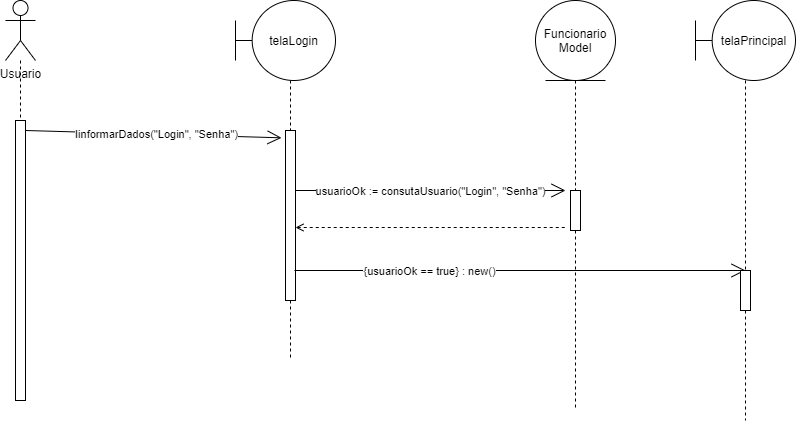
The draw.io diagram imagens sequencia/diagramaDeSequenciaLogin.png in matgregorio/trabalho-modelagem-de-software, before a commit. Source tidied: cells renumbered, new cells last; positions are measured from the earlier drawing's top-left corner, leaving out a move shared by most shapes.
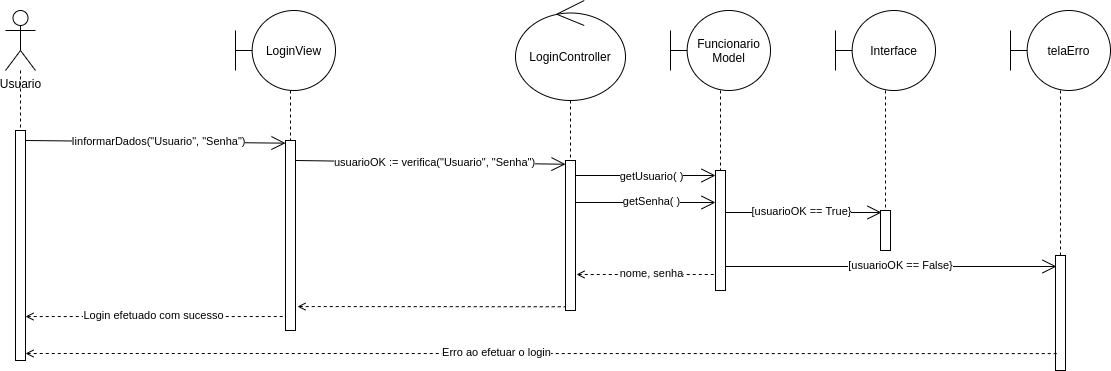
After the change.

Commit message:
modificação no diagrama do login

What changed in the source:
```diff
@@ -9,93 +9,152 @@
       <mxGeometry width="30" height="60" as="geometry" />
     </mxCell>
     <mxCell id="4" style="html=1;points=[];perimeter=orthogonalPerimeter;" parent="1" vertex="1">
-      <mxGeometry x="10" y="120" width="10" height="280" as="geometry" />
+      <mxGeometry x="10" y="120" width="10" height="230" as="geometry" />
     </mxCell>
-    <mxCell id="5" style="edgeStyle=orthogonalEdgeStyle;rounded=0;jettySize=auto;html=1;dashed=1;startArrow=none;startFill=0;endArrow=none;endFill=0;" parent="1" edge="1" source="6">
-      <mxGeometry relative="1" as="geometry">
-        <mxPoint x="285" y="360" as="targetPoint" />
-      </mxGeometry>
-    </mxCell>
     <mxCell id="6" style="html=1;points=[];perimeter=orthogonalPerimeter;" parent="1" vertex="1">
-      <mxGeometry x="280" y="130" width="10" height="170" as="geometry" />
+      <mxGeometry x="280" y="130" width="10" height="190" as="geometry" />
     </mxCell>
-    <mxCell id="7" style="endArrow=open;endFill=1;endSize=12;html=1;entryX=-0.4;entryY=0.043;entryDx=0;entryDy=0;entryPerimeter=0;" parent="1" edge="1" target="6">
+    <mxCell id="7" style="endArrow=open;endFill=1;endSize=12;html=1;entryX=0;entryY=0.014;entryDx=0;entryDy=0;entryPerimeter=0;" parent="1" edge="1" target="6">
       <mxGeometry relative="1" as="geometry">
         <mxPoint x="20" y="130" as="sourcePoint" />
       </mxGeometry>
     </mxCell>
-    <mxCell id="8" value="IinformarDados(&quot;Login&quot;, &quot;Senha&quot;)" style="edgeLabel;html=1;align=center;verticalAlign=middle;" parent="7" vertex="1">
+    <mxCell id="8" value="IinformarDados(&quot;Usuario&quot;, &quot;Senha&quot;)" style="edgeLabel;html=1;align=center;verticalAlign=middle;" parent="7" vertex="1">
       <mxGeometry x="0.14" y="3" relative="1" as="geometry">
         <mxPoint x="-16" y="2" as="offset" />
       </mxGeometry>
     </mxCell>
-    <mxCell id="9" style="edgeStyle=orthogonalEdgeStyle;rounded=0;jettySize=auto;html=1;dashed=1;startArrow=none;startFill=0;endArrow=none;endFill=0;" parent="1" edge="1" source="22" target="12">
-      <mxGeometry relative="1" as="geometry" />
-    </mxCell>
     <mxCell id="10" style="edgeStyle=orthogonalEdgeStyle;rounded=0;jettySize=auto;html=1;dashed=1;startArrow=none;startFill=0;endArrow=none;endFill=0;" parent="1" edge="1" target="6">
       <mxGeometry relative="1" as="geometry">
         <mxPoint x="285" y="80" as="sourcePoint" />
       </mxGeometry>
     </mxCell>
-    <mxCell id="11" style="edgeStyle=orthogonalEdgeStyle;rounded=0;jettySize=auto;html=1;startArrow=none;startFill=0;endArrow=none;endFill=0;dashed=1;" parent="1" edge="1" source="12">
-      <mxGeometry relative="1" as="geometry">
-        <mxPoint x="570" y="410" as="targetPoint" />
-        <Array as="points">
-          <mxPoint x="570" y="410" />
-        </Array>
-      </mxGeometry>
-    </mxCell>
-    <mxCell id="12" style="html=1;points=[];perimeter=orthogonalPerimeter;" parent="1" vertex="1">
-      <mxGeometry x="565" y="190" width="10" height="40" as="geometry" />
-    </mxCell>
-    <mxCell id="13" style="endArrow=open;endFill=1;endSize=12;html=1;" parent="1" edge="1">
-      <mxGeometry relative="1" as="geometry">
-        <mxPoint x="290" y="190" as="sourcePoint" />
-        <mxPoint x="560" y="190" as="targetPoint" />
-      </mxGeometry>
-    </mxCell>
-    <mxCell id="14" value="usuarioOk := consutaUsuario(&quot;Login&quot;, &quot;Senha&quot;)" style="edgeLabel;html=1;align=center;verticalAlign=middle;" parent="13" vertex="1">
-      <mxGeometry x="0.24" y="-1" relative="1" as="geometry">
-        <mxPoint x="-34" y="-1" as="offset" />
-      </mxGeometry>
-    </mxCell>
-    <mxCell id="15" style="endArrow=none;endFill=0;endSize=12;html=1;startArrow=open;startFill=0;entryX=-0.5;entryY=0.925;entryDx=0;entryDy=0;entryPerimeter=0;dashed=1;" parent="1" edge="1" target="12">
-      <mxGeometry relative="1" as="geometry">
-        <mxPoint x="290" y="227" as="sourcePoint" />
-      </mxGeometry>
-    </mxCell>
     <mxCell id="16" style="edgeStyle=orthogonalEdgeStyle;rounded=0;jettySize=auto;html=1;dashed=1;startArrow=none;startFill=0;endArrow=none;endFill=0;" parent="1" edge="1" source="23" target="20">
       <mxGeometry relative="1" as="geometry" />
     </mxCell>
-    <mxCell id="17" style="endArrow=open;endFill=1;endSize=12;html=1;entryX=0.5;entryY=0;entryDx=0;entryDy=0;entryPerimeter=0;" parent="1" edge="1" target="20">
-      <mxGeometry relative="1" as="geometry">
-        <mxPoint x="289" y="270" as="sourcePoint" />
-      </mxGeometry>
-    </mxCell>
-    <mxCell id="18" value="{usuarioOk == true} : new()" style="edgeLabel;html=1;align=center;verticalAlign=middle;" parent="17" vertex="1">
-      <mxGeometry x="0.17" y="-3" relative="1" as="geometry">
-        <mxPoint x="-130" y="-3" as="offset" />
-      </mxGeometry>
-    </mxCell>
-    <mxCell id="19" style="edgeStyle=orthogonalEdgeStyle;rounded=0;jettySize=auto;html=1;startArrow=none;startFill=0;endArrow=none;endFill=0;dashed=1;" parent="1" edge="1" source="20">
-      <mxGeometry relative="1" as="geometry">
-        <mxPoint x="740" y="420" as="targetPoint" />
-        <Array as="points">
-          <mxPoint x="740" y="410" />
-        </Array>
-      </mxGeometry>
-    </mxCell>
     <mxCell id="20" style="html=1;points=[];perimeter=orthogonalPerimeter;" parent="1" vertex="1">
-      <mxGeometry x="735" y="270" width="10" height="40" as="geometry" />
+      <mxGeometry x="875" y="200" width="10" height="40" as="geometry" />
     </mxCell>
-    <mxCell id="21" value="&lt;span&gt;telaLogin&lt;/span&gt;" style="shape=umlBoundary;whiteSpace=wrap;html=1;" parent="1" vertex="1">
+    <mxCell id="21" value="&lt;span&gt;LoginView&lt;/span&gt;" style="shape=umlBoundary;whiteSpace=wrap;html=1;" parent="1" vertex="1">
       <mxGeometry x="230" width="100" height="80" as="geometry" />
     </mxCell>
+    <mxCell id="23" value="&lt;span&gt;Interface&lt;/span&gt;" style="shape=umlBoundary;whiteSpace=wrap;html=1;" parent="1" vertex="1">
+      <mxGeometry x="830" width="100" height="80" as="geometry" />
+    </mxCell>
+    <mxCell id="24" style="edgeStyle=orthogonalEdgeStyle;rounded=0;jettySize=auto;html=1;dashed=1;startArrow=none;startFill=0;endArrow=none;endFill=0;" parent="1" edge="1" source="25" target="27">
+      <mxGeometry relative="1" as="geometry" />
+    </mxCell>
+    <mxCell id="25" value="LoginController" style="ellipse;shape=umlControl;whiteSpace=wrap;html=1;" parent="1" vertex="1">
+      <mxGeometry x="510" y="-10" width="110" height="100" as="geometry" />
+    </mxCell>
+    <mxCell id="26" style="edgeStyle=orthogonalEdgeStyle;rounded=0;jettySize=auto;html=1;dashed=1;startArrow=none;startFill=0;endArrow=none;endFill=0;" parent="1" edge="1" source="22" target="30">
+      <mxGeometry relative="1" as="geometry" />
+    </mxCell>
-    <mxCell id="22" value="&lt;span&gt;Funcionario&lt;br&gt;Model&lt;/span&gt;" style="ellipse;shape=umlEntity;whiteSpace=wrap;html=1;" parent="1" vertex="1">
-      <mxGeometry x="530" width="80" height="80" as="geometry" />
+    <mxCell id="22" value="Funcionario&lt;br&gt;Model" style="shape=umlBoundary;whiteSpace=wrap;html=1;" parent="1" vertex="1">
+      <mxGeometry x="665" width="100" height="80" as="geometry" />
     </mxCell>
-    <mxCell id="23" value="&lt;span&gt;telaPrincipal&lt;/span&gt;" style="shape=umlBoundary;whiteSpace=wrap;html=1;" parent="1" vertex="1">
-      <mxGeometry x="690" width="100" height="80" as="geometry" />
-    </mxCell>
+    <mxCell id="27" style="html=1;points=[];perimeter=orthogonalPerimeter;" parent="1" vertex="1">
+      <mxGeometry x="560" y="150" width="10" height="150" as="geometry" />
+    </mxCell>
+    <mxCell id="28" style="endArrow=open;endFill=1;endSize=12;html=1;entryX=0;entryY=0.025;entryDx=0;entryDy=0;entryPerimeter=0;" parent="1" edge="1" target="27">
+      <mxGeometry relative="1" as="geometry">
+        <mxPoint x="290" y="150" as="sourcePoint" />
+      </mxGeometry>
+    </mxCell>
+    <mxCell id="29" value="usuarioOK := verifica(&quot;Usuario&quot;, &quot;Senha&quot;)" style="edgeLabel;html=1;align=center;verticalAlign=middle;" parent="28" vertex="1">
+      <mxGeometry x="0.14" y="3" relative="1" as="geometry">
+        <mxPoint x="-16" y="2" as="offset" />
+      </mxGeometry>
+    </mxCell>
+    <mxCell id="30" style="html=1;points=[];perimeter=orthogonalPerimeter;" parent="1" vertex="1">
+      <mxGeometry x="710" y="160" width="10" height="120" as="geometry" />
+    </mxCell>
+    <mxCell id="31" style="endArrow=open;endFill=1;endSize=12;html=1;exitX=1;exitY=0.275;exitDx=0;exitDy=0;exitPerimeter=0;" parent="1" edge="1">
+      <mxGeometry relative="1" as="geometry">
+        <mxPoint x="570" y="165" as="sourcePoint" />
+        <mxPoint x="710" y="165" as="targetPoint" />
+      </mxGeometry>
+    </mxCell>
+    <mxCell id="32" value="getUsuario( )" style="edgeLabel;html=1;align=center;verticalAlign=middle;" parent="31" vertex="1">
+      <mxGeometry x="0.14" y="3" relative="1" as="geometry">
+        <mxPoint x="-4" y="3" as="offset" />
+      </mxGeometry>
+    </mxCell>
+    <mxCell id="33" style="endArrow=open;endFill=1;endSize=12;html=1;exitX=1;exitY=0.275;exitDx=0;exitDy=0;exitPerimeter=0;" parent="1" edge="1">
+      <mxGeometry relative="1" as="geometry">
+        <mxPoint x="570" y="192" as="sourcePoint" />
+        <mxPoint x="710" y="192" as="targetPoint" />
+      </mxGeometry>
+    </mxCell>
+    <mxCell id="34" value="getSenha( )" style="edgeLabel;html=1;align=center;verticalAlign=middle;" parent="33" vertex="1">
+      <mxGeometry x="0.14" y="3" relative="1" as="geometry">
+        <mxPoint x="-4" y="1" as="offset" />
+      </mxGeometry>
+    </mxCell>
+    <mxCell id="35" style="endArrow=open;endFill=1;endSize=12;html=1;entryX=0.1;entryY=0.05;entryDx=0;entryDy=0;entryPerimeter=0;" parent="1" edge="1" target="20">
+      <mxGeometry relative="1" as="geometry">
+        <mxPoint x="720" y="202" as="sourcePoint" />
+      </mxGeometry>
+    </mxCell>
+    <mxCell id="36" value="[usuarioOK == True}" style="edgeLabel;html=1;align=center;verticalAlign=middle;" parent="35" vertex="1">
+      <mxGeometry x="0.14" y="3" relative="1" as="geometry">
+        <mxPoint x="-14" y="1" as="offset" />
+      </mxGeometry>
+    </mxCell>
+    <mxCell id="37" style="endArrow=none;endFill=0;endSize=12;html=1;exitX=1;exitY=0.275;exitDx=0;exitDy=0;exitPerimeter=0;startArrow=open;startFill=0;dashed=1;" parent="1" edge="1">
+      <mxGeometry relative="1" as="geometry">
+        <mxPoint x="571" y="264" as="sourcePoint" />
+        <mxPoint x="711" y="264" as="targetPoint" />
+      </mxGeometry>
+    </mxCell>
+    <mxCell id="38" value="nome, senha" style="edgeLabel;html=1;align=center;verticalAlign=middle;" parent="37" vertex="1">
+      <mxGeometry x="0.14" y="3" relative="1" as="geometry">
+        <mxPoint x="-5" y="1" as="offset" />
+      </mxGeometry>
+    </mxCell>
+    <mxCell id="39" style="endArrow=none;endFill=0;endSize=12;html=1;exitX=1.2;exitY=0.874;exitDx=0;exitDy=0;exitPerimeter=0;startArrow=open;startFill=0;dashed=1;entryX=0;entryY=0.975;entryDx=0;entryDy=0;entryPerimeter=0;" parent="1" edge="1" source="6" target="27">
+      <mxGeometry relative="1" as="geometry" />
+    </mxCell>
+    <mxCell id="40" style="endArrow=none;endFill=0;endSize=12;html=1;startArrow=open;startFill=0;dashed=1;entryX=-0.2;entryY=0.913;entryDx=0;entryDy=0;entryPerimeter=0;" parent="1" edge="1">
+      <mxGeometry relative="1" as="geometry">
+        <mxPoint x="20" y="306" as="sourcePoint" />
+        <mxPoint x="280" y="306" as="targetPoint" />
+      </mxGeometry>
+    </mxCell>
+    <mxCell id="41" value="Login efetuado com sucesso" style="edgeLabel;html=1;align=center;verticalAlign=middle;" parent="40" vertex="1">
+      <mxGeometry x="-0.32" y="-2" relative="1" as="geometry">
+        <mxPoint x="38" y="-4" as="offset" />
+      </mxGeometry>
+    </mxCell>
+    <mxCell id="42" style="edgeStyle=orthogonalEdgeStyle;rounded=0;jettySize=auto;html=1;dashed=1;startArrow=none;startFill=0;endArrow=none;endFill=0;" parent="1" edge="1" source="43" target="44">
+      <mxGeometry relative="1" as="geometry" />
+    </mxCell>
+    <mxCell id="43" value="telaErro" style="shape=umlBoundary;whiteSpace=wrap;html=1;" parent="1" vertex="1">
+      <mxGeometry x="1005" width="100" height="80" as="geometry" />
+    </mxCell>
+    <mxCell id="44" style="html=1;points=[];perimeter=orthogonalPerimeter;" parent="1" vertex="1">
+      <mxGeometry x="1050" y="245" width="10" height="115" as="geometry" />
+    </mxCell>
+    <mxCell id="45" style="endArrow=open;endFill=1;endSize=12;html=1;" parent="1" edge="1">
+      <mxGeometry relative="1" as="geometry">
+        <mxPoint x="720" y="256" as="sourcePoint" />
+        <mxPoint x="1051" y="256" as="targetPoint" />
+      </mxGeometry>
+    </mxCell>
+    <mxCell id="46" value="[usuarioOK == False}" style="edgeLabel;html=1;align=center;verticalAlign=middle;" parent="45" vertex="1">
+      <mxGeometry x="0.14" y="3" relative="1" as="geometry">
+        <mxPoint x="-14" y="1" as="offset" />
+      </mxGeometry>
+    </mxCell>
+    <mxCell id="47" style="endArrow=none;endFill=0;endSize=12;html=1;startArrow=open;startFill=0;dashed=1;entryX=0.2;entryY=0.853;entryDx=0;entryDy=0;entryPerimeter=0;" parent="1" edge="1" target="44">
+      <mxGeometry relative="1" as="geometry">
+        <mxPoint x="20" y="343" as="sourcePoint" />
+      </mxGeometry>
+    </mxCell>
+    <mxCell id="48" value="Erro ao efetuar o login" style="edgeLabel;html=1;align=center;verticalAlign=middle;" parent="47" vertex="1">
+      <mxGeometry x="-0.77" y="2" relative="1" as="geometry">
+        <mxPoint x="351" as="offset" />
+      </mxGeometry>
+    </mxCell>
   </root>
 </mxGraphModel>
```
